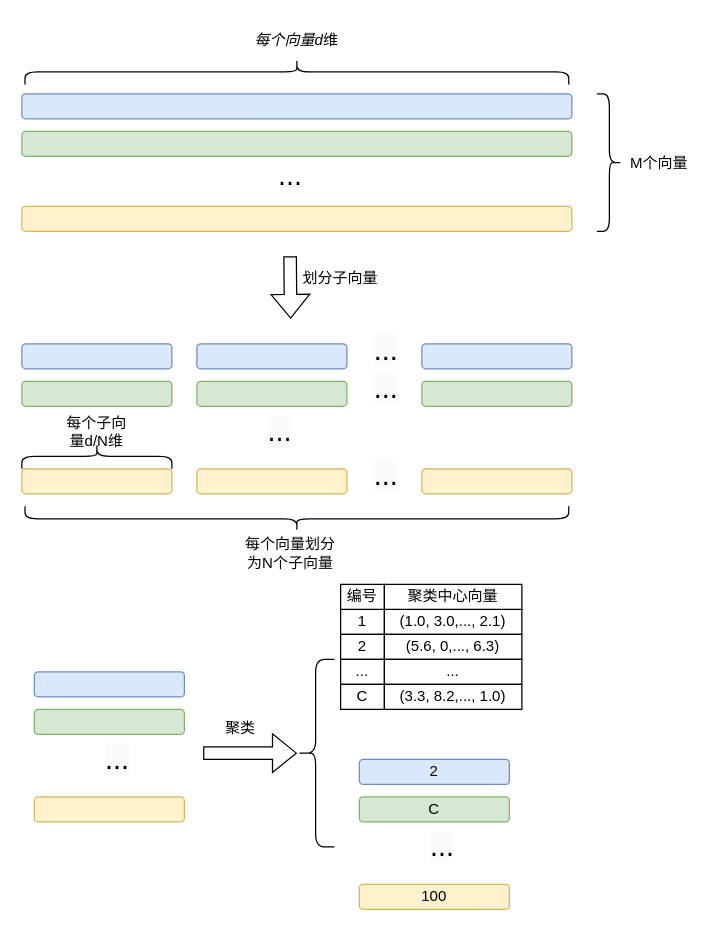
This is drawio/未命名绘图.drawio from AirGalaxy/faiss_note, a draw.io file, before an edit. Source tidied: cells renumbered, new cells numbered last; positions are measured from the earlier drawing's top-left corner, leaving out a move shared by most shapes. Both pictures are drawn from the tidied source at 125%, with x=0, y=0 at pixel (21, -201).
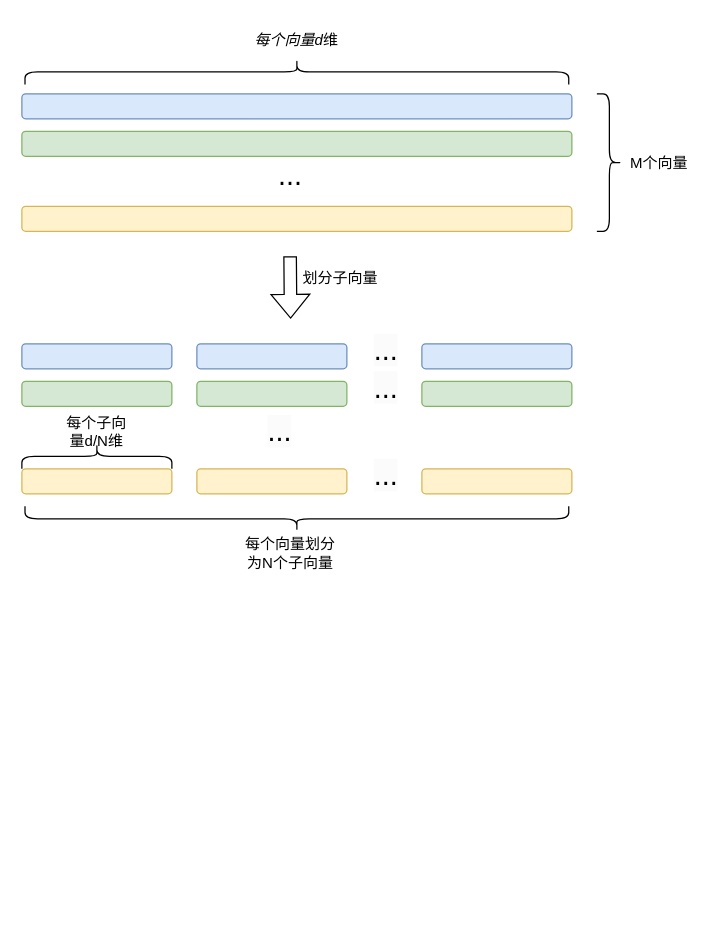
Above is the later version.

Commit message:
更新未命名绘图.drawio

Change to the diagram source:
```diff
@@
-    <mxCell id="29" style="rounded=1;whiteSpace=wrap;html=1;fillColor=#dae8fc;strokeColor=#6c8ebf;" parent="1" vertex="1">
-      <mxGeometry x="10" y="698" width="120" height="20" as="geometry" />
-    </mxCell>
-    <mxCell id="30" style="rounded=1;whiteSpace=wrap;html=1;fillColor=#d5e8d4;strokeColor=#82b366;" parent="1" vertex="1">
-      <mxGeometry x="10" y="728" width="120" height="20" as="geometry" />
-    </mxCell>
-    <mxCell id="31" style="rounded=1;whiteSpace=wrap;html=1;fillColor=#fff2cc;strokeColor=#d6b656;" parent="1" vertex="1">
-      <mxGeometry x="10" y="798" width="120" height="20" as="geometry" />
-    </mxCell>
-    <mxCell id="32" value="&lt;span style=&quot;color: rgb(0, 0, 0); font-family: Helvetica; font-size: 23px; font-style: normal; font-variant-ligatures: normal; font-variant-caps: normal; font-weight: 400; letter-spacing: normal; orphans: 2; text-align: center; text-indent: 0px; text-transform: none; widows: 2; word-spacing: 0px; -webkit-text-stroke-width: 0px; background-color: rgb(251, 251, 251); text-decoration-thickness: initial; text-decoration-style: initial; text-decoration-color: initial; float: none; display: inline !important;&quot;&gt;...&lt;/span&gt;" style="text;whiteSpace=wrap;html=1;" parent="1" vertex="1">
-      <mxGeometry x="65" y="748" width="50" height="50" as="geometry" />
-    </mxCell>
-    <mxCell id="33" style="shape=flexArrow;endArrow=classic;html=1;rounded=0;" parent="1" edge="1">
-      <mxGeometry relative="1" as="geometry">
-        <mxPoint x="145" y="763" as="sourcePoint" />
-        <mxPoint x="220" y="763" as="targetPoint" />
-      </mxGeometry>
-    </mxCell>
-    <mxCell id="34" value="聚类" style="text;strokeColor=none;align=center;fillColor=none;html=1;verticalAlign=middle;whiteSpace=wrap;rounded=0;" parent="1" vertex="1">
-      <mxGeometry x="145" y="728" width="60" height="30" as="geometry" />
-    </mxCell>
-    <mxCell id="35" value="1" style="rounded=0;whiteSpace=wrap;html=1;" parent="1" vertex="1">
-      <mxGeometry x="255" y="648" width="35" height="20" as="geometry" />
-    </mxCell>
-    <mxCell id="36" value="(1.0, 3.0,..., 2.1)" style="rounded=0;whiteSpace=wrap;html=1;" parent="1" vertex="1">
-      <mxGeometry x="290" y="648" width="110" height="20" as="geometry" />
-    </mxCell>
-    <mxCell id="37" value="编号" style="rounded=0;whiteSpace=wrap;html=1;" parent="1" vertex="1">
-      <mxGeometry x="255" y="628" width="35" height="20" as="geometry" />
-    </mxCell>
-    <mxCell id="38" value="聚类中心向量" style="rounded=0;whiteSpace=wrap;html=1;" parent="1" vertex="1">
-      <mxGeometry x="290" y="628" width="110" height="20" as="geometry" />
-    </mxCell>
-    <mxCell id="39" value="2" style="rounded=0;whiteSpace=wrap;html=1;" parent="1" vertex="1">
-      <mxGeometry x="255" y="668" width="35" height="20" as="geometry" />
-    </mxCell>
-    <mxCell id="40" value="(5.6, 0,..., 6.3)" style="rounded=0;whiteSpace=wrap;html=1;" parent="1" vertex="1">
-      <mxGeometry x="290" y="668" width="110" height="20" as="geometry" />
-    </mxCell>
-    <mxCell id="41" value="..." style="rounded=0;whiteSpace=wrap;html=1;" parent="1" vertex="1">
-      <mxGeometry x="255" y="688" width="35" height="20" as="geometry" />
-    </mxCell>
-    <mxCell id="42" value="..." style="rounded=0;whiteSpace=wrap;html=1;" parent="1" vertex="1">
-      <mxGeometry x="290" y="688" width="110" height="20" as="geometry" />
-    </mxCell>
-    <mxCell id="43" value="C" style="rounded=0;whiteSpace=wrap;html=1;" parent="1" vertex="1">
-      <mxGeometry x="255" y="708" width="35" height="20" as="geometry" />
-    </mxCell>
-    <mxCell id="44" value="(3.3, 8.2,..., 1.0)" style="rounded=0;whiteSpace=wrap;html=1;" parent="1" vertex="1">
-      <mxGeometry x="290" y="708" width="110" height="20" as="geometry" />
-    </mxCell>
-    <mxCell id="45" value="2" style="rounded=1;whiteSpace=wrap;html=1;fillColor=#dae8fc;strokeColor=#6c8ebf;" parent="1" vertex="1">
-      <mxGeometry x="270" y="768" width="120" height="20" as="geometry" />
-    </mxCell>
-    <mxCell id="46" value="C" style="rounded=1;whiteSpace=wrap;html=1;fillColor=#d5e8d4;strokeColor=#82b366;" parent="1" vertex="1">
-      <mxGeometry x="270" y="798" width="120" height="20" as="geometry" />
-    </mxCell>
-    <mxCell id="47" value="100" style="rounded=1;whiteSpace=wrap;html=1;fillColor=#fff2cc;strokeColor=#d6b656;" parent="1" vertex="1">
-      <mxGeometry x="270" y="868" width="120" height="20" as="geometry" />
-    </mxCell>
-    <mxCell id="48" value="&lt;span style=&quot;color: rgb(0, 0, 0); font-family: Helvetica; font-size: 23px; font-style: normal; font-variant-ligatures: normal; font-variant-caps: normal; font-weight: 400; letter-spacing: normal; orphans: 2; text-align: center; text-indent: 0px; text-transform: none; widows: 2; word-spacing: 0px; -webkit-text-stroke-width: 0px; background-color: rgb(251, 251, 251); text-decoration-thickness: initial; text-decoration-style: initial; text-decoration-color: initial; float: none; display: inline !important;&quot;&gt;...&lt;/span&gt;" style="text;whiteSpace=wrap;html=1;" parent="1" vertex="1">
-      <mxGeometry x="325" y="818" width="50" height="50" as="geometry" />
-    </mxCell>
-    <mxCell id="49" style="shape=curlyBracket;whiteSpace=wrap;html=1;rounded=1;labelPosition=left;verticalLabelPosition=middle;align=right;verticalAlign=middle;" parent="1" vertex="1">
-      <mxGeometry x="220" y="688" width="30" height="150" as="geometry" />
-    </mxCell>
```
